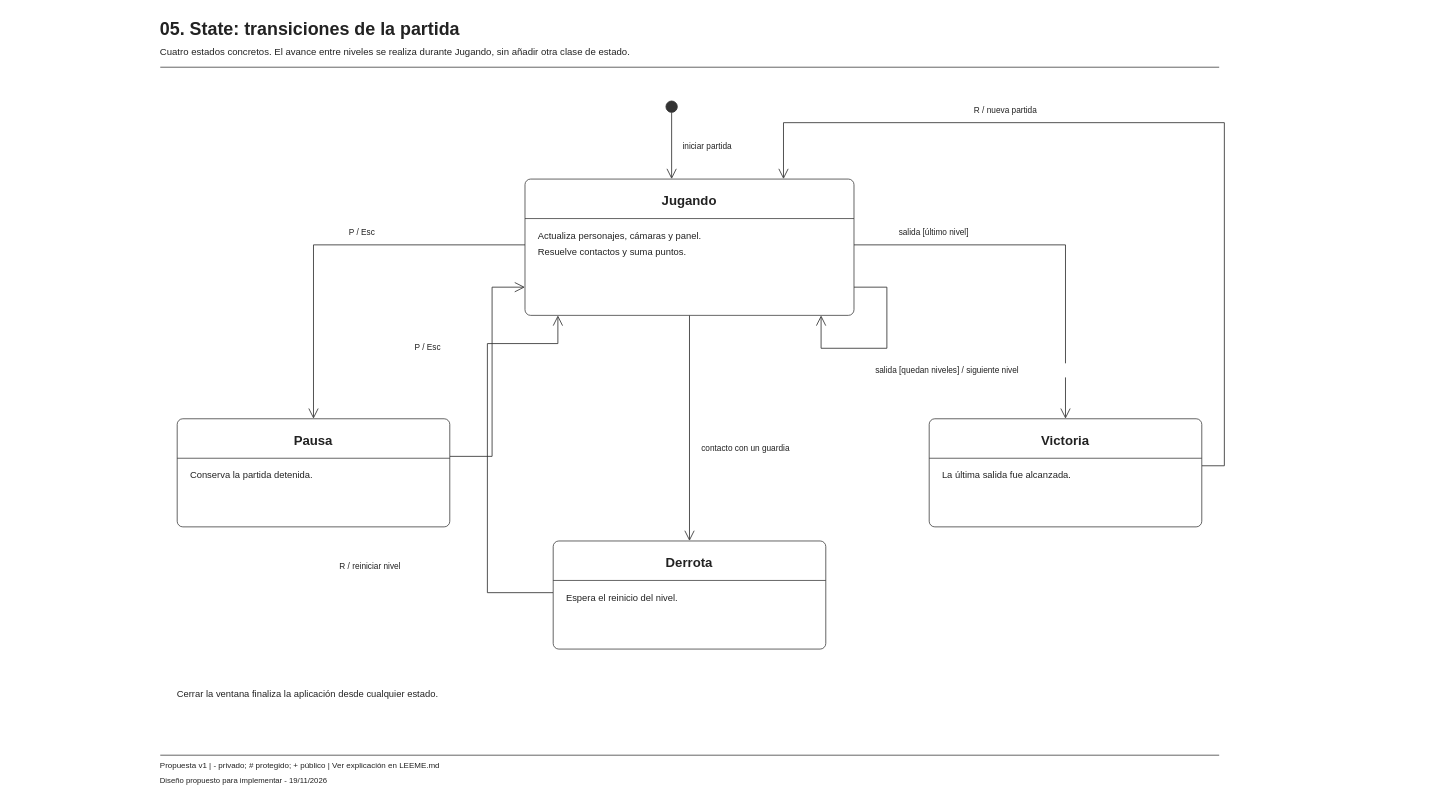
Earlier version of the draw.io diagram diagramas_uml/drawio/05_state_transiciones.drawio (JhosFcL/FugaPrision). Source tidied: cells renumbered, new cells numbered last; positions are measured from the earlier drawing's top-left corner, leaving out a move shared by most shapes. Both pictures are drawn from the tidied source at 94%, with x=0, y=0 at pixel (160, 16).
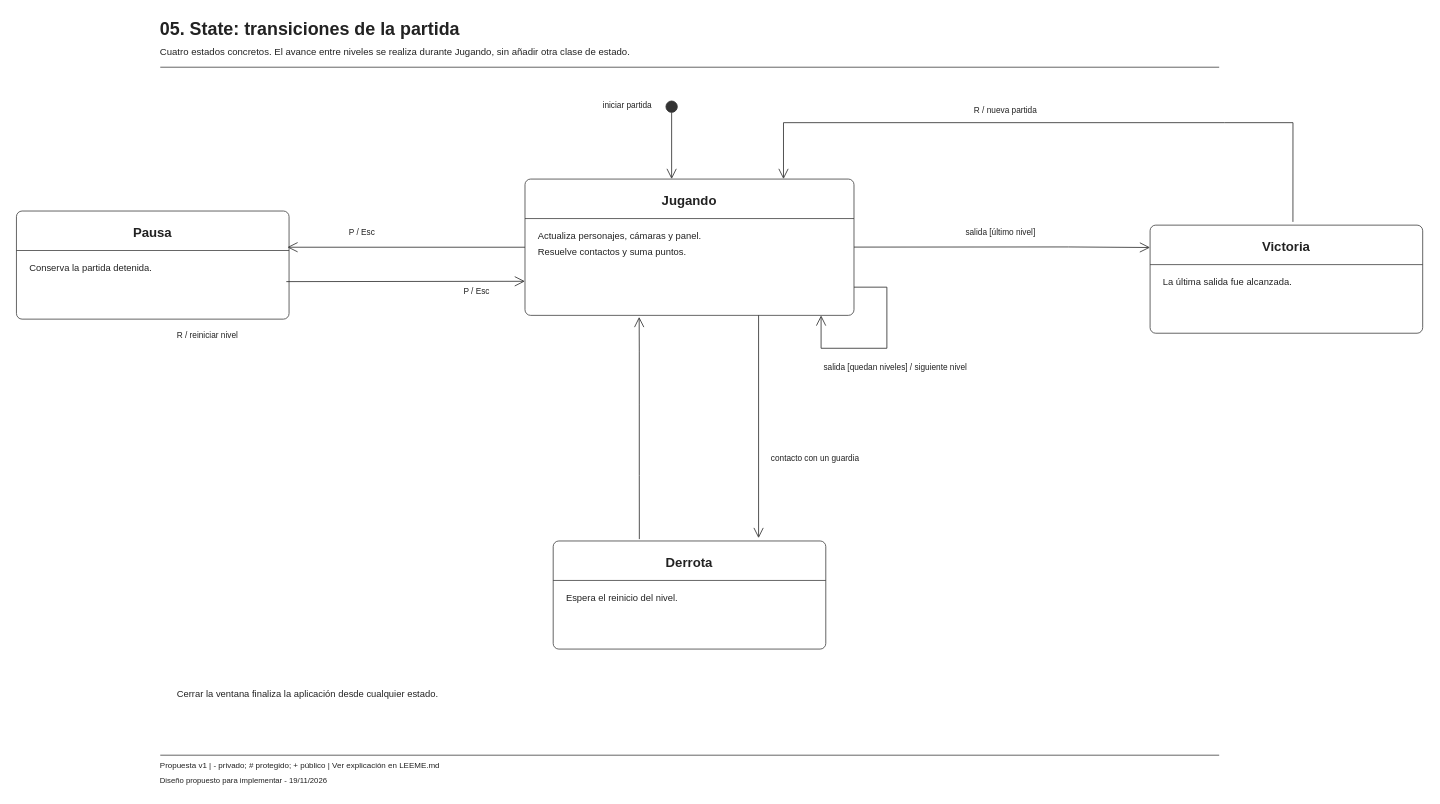
The same diagram, later.

Unchanged cells that the change refers to:
```xml
<mxCell id="13" style="group;html=0;" parent="1" vertex="1">
  <mxGeometry x="388" y="173" width="350" height="145" as="geometry" />
</mxCell>
<mxCell id="24" style="group;html=0;" parent="1" vertex="1">
  <mxGeometry x="418" y="558" width="290" height="115" as="geometry" />
</mxCell>
```

Change to the diagram source:
```diff
@@
-    <mxCell id="3" style="edgeStyle=none;rounded=0;html=0;strokeColor=#333333;strokeWidth=0.9;startArrow=none;endArrow=none;jettySize=0;orthogonalLoop=1;endArrow=open;endFill=0;endSize=9;" parent="1" edge="1">
-      <mxGeometry relative="1" as="geometry">
-        <mxPoint x="388" y="243" as="sourcePoint" />
-        <mxPoint x="163" y="428" as="targetPoint" />
-        <Array as="points">
-          <mxPoint x="163" y="243" />
-        </Array>
-      </mxGeometry>
-    </mxCell>
-    <mxCell id="4" style="edgeStyle=none;rounded=0;html=0;strokeColor=#333333;strokeWidth=0.9;startArrow=none;endArrow=none;jettySize=0;orthogonalLoop=1;endArrow=open;endFill=0;endSize=9;" parent="1" edge="1">
-      <mxGeometry relative="1" as="geometry">
-        <mxPoint x="308" y="468" as="sourcePoint" />
-        <mxPoint x="388" y="288" as="targetPoint" />
-        <Array as="points">
-          <mxPoint x="353" y="468" />
-          <mxPoint x="353" y="288" />
-        </Array>
-      </mxGeometry>
-    </mxCell>
     <mxCell id="5" style="edgeStyle=none;rounded=0;html=0;strokeColor=#333333;strokeWidth=0.9;startArrow=none;endArrow=none;jettySize=0;orthogonalLoop=1;endArrow=open;endFill=0;endSize=9;" parent="1" edge="1">
       <mxGeometry relative="1" as="geometry">
-        <mxPoint x="563" y="318" as="sourcePoint" />
-        <mxPoint x="563" y="558" as="targetPoint" />
+        <mxPoint x="636.5" y="315" as="sourcePoint" />
+        <mxPoint x="636.5" y="555" as="targetPoint" />
       </mxGeometry>
     </mxCell>
-    <mxCell id="6" style="edgeStyle=none;rounded=0;html=0;strokeColor=#333333;strokeWidth=0.9;startArrow=none;endArrow=none;jettySize=0;orthogonalLoop=1;endArrow=open;endFill=0;endSize=9;" parent="1" edge="1">
-      <mxGeometry relative="1" as="geometry">
-        <mxPoint x="418" y="613" as="sourcePoint" />
-        <mxPoint x="423" y="318" as="targetPoint" />
+    <mxCell id="6" style="edgeStyle=none;rounded=0;html=0;strokeColor=#333333;strokeWidth=0.9;startArrow=none;endArrow=none;jettySize=0;endArrow=open;endFill=0;endSize=9;exitX=0.316;exitY=-0.017;exitDx=0;exitDy=0;exitPerimeter=0;entryX=0.347;entryY=1.011;entryDx=0;entryDy=0;entryPerimeter=0;" parent="1" edge="1" source="24" target="13">
+      <mxGeometry x="0.48" relative="1" as="geometry">
         <Array as="points">
-          <mxPoint x="348" y="613" />
-          <mxPoint x="348" y="348" />
-          <mxPoint x="423" y="348" />
+          <mxPoint x="509.6" y="488.3" />
+          <mxPoint x="509.6" y="413.3" />
+          <mxPoint x="509.6" y="356" />
         </Array>
       </mxGeometry>
     </mxCell>
-    <mxCell id="7" style="edgeStyle=none;rounded=0;html=0;strokeColor=#333333;strokeWidth=0.9;startArrow=none;endArrow=none;jettySize=0;orthogonalLoop=1;endArrow=open;endFill=0;endSize=9;" parent="1" edge="1">
-      <mxGeometry relative="1" as="geometry">
-        <mxPoint x="738" y="243" as="sourcePoint" />
-        <mxPoint x="963" y="428" as="targetPoint" />
+    <mxCell id="7" style="edgeStyle=none;rounded=0;html=0;strokeColor=#333333;strokeWidth=0.9;startArrow=none;endArrow=none;jettySize=0;endArrow=open;endFill=0;endSize=9;entryX=-0.011;entryY=0.187;entryDx=0;entryDy=0;entryPerimeter=0;" parent="1" edge="1" source="13">
+      <mxGeometry x="0.32" relative="1" as="geometry">
+        <mxPoint x="1053" y="245.8" as="targetPoint" />
         <Array as="points">
-          <mxPoint x="963" y="243" />
+          <mxPoint x="966.2" y="245.2" />
         </Array>
       </mxGeometry>
     </mxCell>
-    <mxCell id="8" style="edgeStyle=none;rounded=0;html=0;strokeColor=#333333;strokeWidth=0.9;startArrow=none;endArrow=none;jettySize=0;orthogonalLoop=1;endArrow=open;endFill=0;endSize=9;" parent="1" edge="1">
-      <mxGeometry relative="1" as="geometry">
-        <mxPoint x="1108" y="478" as="sourcePoint" />
+    <mxCell id="8" style="edgeStyle=none;rounded=0;html=0;strokeColor=#333333;strokeWidth=0.9;startArrow=none;endArrow=none;jettySize=0;endArrow=open;endFill=0;endSize=9;exitX=0.524;exitY=-0.03;exitDx=0;exitDy=0;exitPerimeter=0;" parent="1" edge="1" source="29">
+      <mxGeometry x="-0.3" relative="1" as="geometry">
         <mxPoint x="663" y="173" as="targetPoint" />
         <Array as="points">
-          <mxPoint x="1132" y="478" />
+          <mxPoint x="1205" y="113" />
           <mxPoint x="1132" y="113" />
           <mxPoint x="663" y="113" />
         </Array>
       </mxGeometry>
     </mxCell>
@@
     <mxCell id="19" style="group;html=0;" parent="1" vertex="1">
-      <mxGeometry x="18" y="428" width="290" height="115" as="geometry" />
+      <mxGeometry x="-153" y="207" width="290" height="115" as="geometry" />
     </mxCell>
@@
     <mxCell id="29" style="group;html=0;" parent="1" vertex="1">
-      <mxGeometry x="818" y="428" width="290" height="115" as="geometry" />
+      <mxGeometry x="1053" y="222" width="290" height="115" as="geometry" />
     </mxCell>
@@
     <mxCell id="36" value="iniciar partida" style="text;html=0;whiteSpace=wrap;align=left;verticalAlign=middle;fontFamily=Arial;fontSize=8.8;fontStyle=0;strokeColor=none;fillColor=none;fontColor=#222222;spacing=0;fillColor=#ffffff;" parent="1" vertex="1">
-      <mxGeometry x="556" y="130" width="80.5" height="15" as="geometry" />
+      <mxGeometry x="471" y="87" width="59" height="15" as="geometry" />
     </mxCell>
     <mxCell id="37" value="P / Esc" style="text;html=0;whiteSpace=wrap;align=left;verticalAlign=middle;fontFamily=Arial;fontSize=8.8;fontStyle=0;strokeColor=none;fillColor=none;fontColor=#222222;spacing=0;fillColor=#ffffff;" parent="1" vertex="1">
-      <mxGeometry x="201" y="222" width="54" height="15" as="geometry" />
+      <mxGeometry x="201" y="222" width="33" height="15" as="geometry" />
     </mxCell>
     <mxCell id="38" value="P / Esc" style="text;html=0;whiteSpace=wrap;align=left;verticalAlign=middle;fontFamily=Arial;fontSize=8.8;fontStyle=0;strokeColor=none;fillColor=none;fontColor=#222222;spacing=0;fillColor=#ffffff;" parent="1" vertex="1">
-      <mxGeometry x="271" y="344" width="54" height="15" as="geometry" />
+      <mxGeometry x="323" y="285" width="38" height="15" as="geometry" />
     </mxCell>
     <mxCell id="39" value="contacto con un guardia" style="text;html=0;whiteSpace=wrap;align=left;verticalAlign=middle;fontFamily=Arial;fontSize=8.8;fontStyle=0;strokeColor=none;fillColor=none;fontColor=#222222;spacing=0;fillColor=#ffffff;" parent="1" vertex="1">
-      <mxGeometry x="576" y="452" width="121.3" height="15" as="geometry" />
+      <mxGeometry x="650" y="462" width="121.3" height="15" as="geometry" />
     </mxCell>
     <mxCell id="40" value="R / reiniciar nivel" style="text;html=0;whiteSpace=wrap;align=left;verticalAlign=middle;fontFamily=Arial;fontSize=8.8;fontStyle=0;strokeColor=none;fillColor=none;fontColor=#222222;spacing=0;fillColor=#ffffff;" parent="1" vertex="1">
-      <mxGeometry x="191" y="577" width="100.9" height="15" as="geometry" />
+      <mxGeometry x="18" y="332" width="100.9" height="15" as="geometry" />
     </mxCell>
     <mxCell id="41" value="salida [último nivel]" style="text;html=0;whiteSpace=wrap;align=left;verticalAlign=middle;fontFamily=Arial;fontSize=8.8;fontStyle=0;strokeColor=none;fillColor=none;fontColor=#222222;spacing=0;fillColor=#ffffff;" parent="1" vertex="1">
-      <mxGeometry x="786" y="222" width="111.1" height="15" as="geometry" />
+      <mxGeometry x="857" y="222.5" width="74" height="15" as="geometry" />
     </mxCell>
@@
     <mxCell id="43" value="salida [quedan niveles] / siguiente nivel" style="text;html=0;whiteSpace=wrap;align=left;verticalAlign=middle;fontFamily=Arial;fontSize=8.8;fontStyle=0;strokeColor=none;fillColor=none;fontColor=#222222;spacing=0;fillColor=#ffffff;" parent="1" vertex="1">
-      <mxGeometry x="761" y="369" width="213.1" height="15" as="geometry" />
+      <mxGeometry x="706" y="366" width="160" height="15" as="geometry" />
     </mxCell>
@@
+    <mxCell id="47" style="edgeStyle=none;rounded=0;html=0;strokeColor=#333333;strokeWidth=0.9;startArrow=none;endArrow=none;jettySize=0;endArrow=open;endFill=0;endSize=9;exitX=0;exitY=0.5;exitDx=0;exitDy=0;" parent="1" edge="1" source="13">
+      <mxGeometry relative="1" as="geometry">
+        <mxPoint x="135.2" y="245.5" as="targetPoint" />
+      </mxGeometry>
+    </mxCell>
+    <mxCell id="48" style="edgeStyle=none;rounded=0;html=0;strokeColor=#333333;strokeWidth=0.9;startArrow=none;endArrow=none;jettySize=0;endArrow=open;endFill=0;endSize=9;entryX=0;entryY=0.75;entryDx=0;entryDy=0;exitX=0.99;exitY=0.653;exitDx=0;exitDy=0;exitPerimeter=0;" parent="1" edge="1" source="19" target="13">
+      <mxGeometry relative="1" as="geometry" />
+    </mxCell>
```
